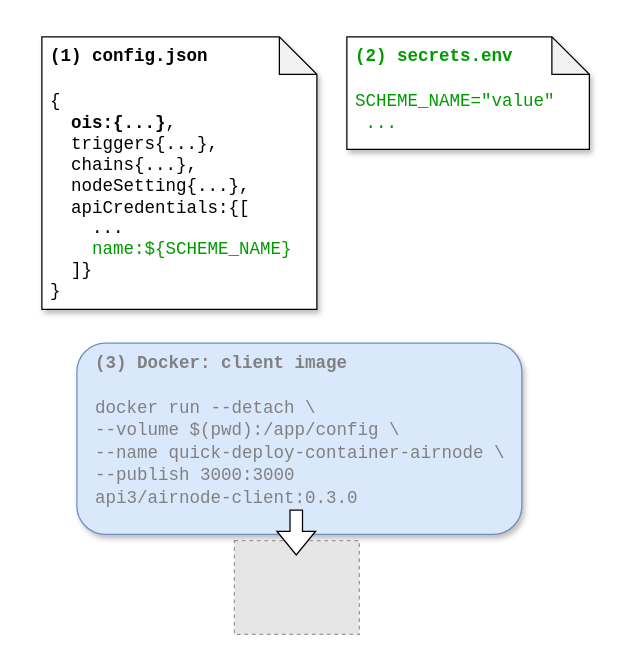
This is docs/reference/airnode/latest/assets/diagrams/api-provider-overview-container.drawio from api3dao/vitepress-docs, a draw.io file, before an edit. Source tidied: cells renumbered, new cells numbered last; positions are measured from the earlier drawing's top-left corner, leaving out a move shared by most shapes. Both pictures are drawn from the tidied source at 125%, with x=0, y=0 at pixel (41, 36). Pictures stored in the file or linked from it are replaced by grey dashed boxes.
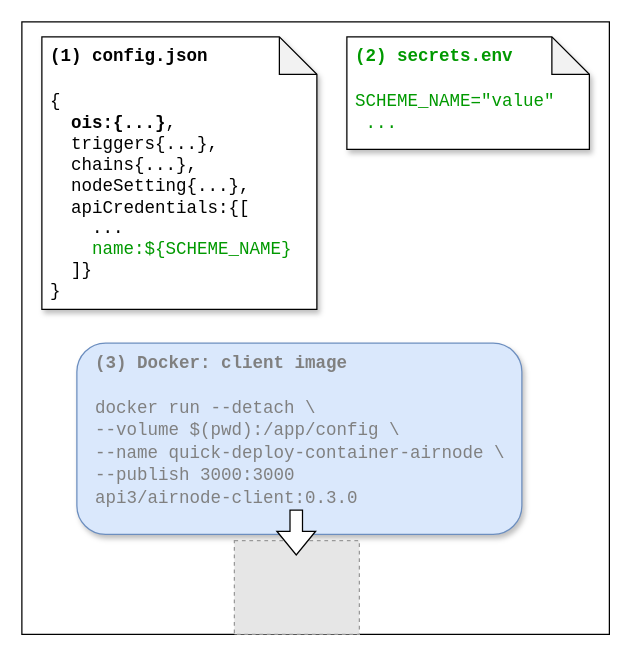
The same page after the edit.

The edit, as a diff of the source:
```diff
@@
 <mxGraphModel>
   <root>
     <mxCell id="0" />
     <mxCell id="1" parent="0" />
+    <mxCell id="7" style="rounded=0;whiteSpace=wrap;html=1;" parent="1" vertex="1">
+      <mxGeometry x="-16" y="-12" width="470" height="490" as="geometry" />
+    </mxCell>
     <mxCell id="2" value="&lt;div style=&quot;font-size: 14px&quot;&gt;&lt;font style=&quot;font-size: 14px&quot; face=&quot;Courier New&quot;&gt;&lt;b&gt;(3) Docker: client image&lt;/b&gt;&lt;/font&gt;&lt;/div&gt;&lt;div style=&quot;font-size: 14px&quot;&gt;&lt;font style=&quot;font-size: 14px&quot; face=&quot;Courier New&quot;&gt;&lt;br&gt;&lt;/font&gt;&lt;/div&gt;&lt;div style=&quot;font-size: 14px&quot;&gt;&lt;div style=&quot;line-height: 17px&quot;&gt;&lt;div&gt;&lt;font face=&quot;Courier New&quot; style=&quot;font-size: 14px&quot;&gt;docker run --detach \&lt;/font&gt;&lt;/div&gt;&lt;div&gt;&lt;font face=&quot;Courier New&quot; style=&quot;font-size: 14px&quot;&gt;--volume $(pwd):/app/config \&lt;/font&gt;&lt;/div&gt;&lt;div&gt;&lt;font face=&quot;Courier New&quot; style=&quot;font-size: 14px&quot;&gt;--name quick-deploy-container-airnode \&lt;/font&gt;&lt;/div&gt;&lt;div&gt;&lt;font face=&quot;Courier New&quot; style=&quot;font-size: 14px&quot;&gt;--publish 3000:3000&lt;/font&gt;&lt;/div&gt;&lt;div&gt;&lt;font face=&quot;Courier New&quot; style=&quot;font-size: 14px&quot;&gt;api3/airnode-client:0.3.0&lt;/font&gt;&lt;/div&gt;&lt;/div&gt;&lt;/div&gt;" style="rounded=1;whiteSpace=wrap;html=1;fontSize=11;align=left;fillColor=#dae8fc;strokeColor=#6c8ebf;shadow=1;spacingLeft=13;spacingRight=5;verticalAlign=top;fontColor=#808080;" parent="1" vertex="1">
       <mxGeometry x="28" y="245" width="356" height="153" as="geometry" />
     </mxCell>
     <mxCell id="3" value="&lt;span style=&quot;font-size: 14px&quot;&gt;&lt;font face=&quot;Courier New&quot;&gt;&lt;b&gt;(1) config.json&lt;/b&gt;&lt;br style=&quot;font-size: 14px&quot;&gt;&lt;br style=&quot;font-size: 14px&quot;&gt;&lt;/font&gt;&lt;/span&gt;&lt;div style=&quot;font-size: 14px&quot;&gt;&lt;span style=&quot;font-size: 14px&quot;&gt;&lt;font face=&quot;Courier New&quot;&gt;{&lt;/font&gt;&lt;/span&gt;&lt;/div&gt;&lt;div style=&quot;font-size: 14px&quot;&gt;&lt;font face=&quot;Courier New&quot;&gt;&lt;span style=&quot;font-size: 14px&quot;&gt;&amp;nbsp;&amp;nbsp;&lt;b style=&quot;font-size: 14px&quot;&gt;ois:{...&lt;/b&gt;&lt;/span&gt;&lt;span style=&quot;font-size: 14px&quot;&gt;&lt;b style=&quot;font-size: 14px&quot;&gt;}&lt;/b&gt;,&lt;/span&gt;&lt;/font&gt;&lt;/div&gt;&lt;font style=&quot;font-size: 14px&quot;&gt;&lt;font face=&quot;Courier New&quot; style=&quot;font-size: 14px&quot;&gt;&lt;div style=&quot;font-size: 14px&quot;&gt;&amp;nbsp; triggers{...},&lt;/div&gt;&lt;div style=&quot;font-size: 14px&quot;&gt;&amp;nbsp; chains{...},&lt;/div&gt;&lt;div style=&quot;font-size: 14px&quot;&gt;&amp;nbsp; nodeSetting{...},&lt;/div&gt;&lt;div style=&quot;font-size: 14px&quot;&gt;&amp;nbsp;&amp;nbsp;apiCredentials:{[&lt;/div&gt;&lt;div style=&quot;font-size: 14px&quot;&gt;&amp;nbsp; &amp;nbsp; ...&lt;/div&gt;&lt;div style=&quot;font-size: 14px&quot;&gt;&amp;nbsp; &amp;nbsp;&amp;nbsp;&lt;font color=&quot;#009900&quot; style=&quot;font-size: 14px&quot;&gt;name:${&lt;/font&gt;&lt;font color=&quot;#009900&quot; style=&quot;font-size: 14px&quot;&gt;&lt;span style=&quot;background-color: transparent ; font-size: 14px&quot;&gt;SCHEME_NAME&lt;/span&gt;}&lt;/font&gt;&lt;/div&gt;&lt;/font&gt;&lt;font face=&quot;Courier New&quot; style=&quot;font-size: 14px&quot;&gt;&lt;div style=&quot;font-size: 14px&quot;&gt;&amp;nbsp; ]}&amp;nbsp; &amp;nbsp;&lt;/div&gt;&lt;div style=&quot;font-size: 14px&quot;&gt;}&lt;/div&gt;&lt;div style=&quot;font-size: 14px&quot;&gt;&lt;br style=&quot;font-size: 14px&quot;&gt;&lt;/div&gt;&lt;/font&gt;&lt;/font&gt;" style="shape=note;whiteSpace=wrap;html=1;backgroundOutline=1;darkOpacity=0.05;shadow=1;verticalAlign=top;align=left;fontSize=14;spacingLeft=5;" parent="1" vertex="1">
       <mxGeometry width="220" height="218" as="geometry" />
     </mxCell>
     <mxCell id="4" value="&lt;div style=&quot;font-size: 14px&quot;&gt;&lt;/div&gt;&lt;span style=&quot;font-size: 14px ; text-align: center&quot;&gt;&lt;font face=&quot;Courier New&quot;&gt;&lt;b&gt;(2) secrets.env&lt;/b&gt;&lt;br style=&quot;font-size: 14px&quot;&gt;&lt;br style=&quot;font-size: 14px&quot;&gt;&lt;/font&gt;&lt;/span&gt;&lt;div style=&quot;font-size: 14px&quot;&gt;&lt;span style=&quot;font-size: 14px&quot;&gt;&lt;font face=&quot;Courier New&quot; style=&quot;font-size: 14px&quot;&gt;SCHEME_NAME=&quot;value&quot;&lt;/font&gt;&lt;/span&gt;&lt;/div&gt;&lt;div style=&quot;font-size: 14px&quot;&gt;&lt;font face=&quot;Courier New&quot; style=&quot;font-size: 14px&quot;&gt;&amp;nbsp;...&lt;/font&gt;&lt;/div&gt;" style="shape=note;whiteSpace=wrap;html=1;backgroundOutline=1;darkOpacity=0.05;shadow=1;fontColor=#009900;align=left;verticalAlign=top;fontSize=14;spacingLeft=5;" parent="1" vertex="1">
       <mxGeometry x="244" width="194" height="90" as="geometry" />
     </mxCell>
     <mxCell id="5" style="fillColor=#E6E6E6;strokeColor=#999999;dashed=1;verticalLabelPosition=bottom;labelBackgroundColor=#ffffff;verticalAlign=top;" parent="1" vertex="1">
       <mxGeometry x="154" y="403" width="100" height="75" as="geometry" />
     </mxCell>
     <mxCell id="6" style="shape=flexArrow;endArrow=classic;html=1;rounded=0;fontColor=#000000;strokeColor=#000000;strokeWidth=1;fillColor=#FFFFFF;gradientColor=#ffffff;gradientDirection=west;edgeStyle=orthogonalEdgeStyle;" parent="1" edge="1">
       <mxGeometry relative="1" as="geometry">
         <mxPoint x="203.5" y="378" as="sourcePoint" />
         <mxPoint x="203.5" y="415" as="targetPoint" />
       </mxGeometry>
     </mxCell>
   </root>
 </mxGraphModel>
```
